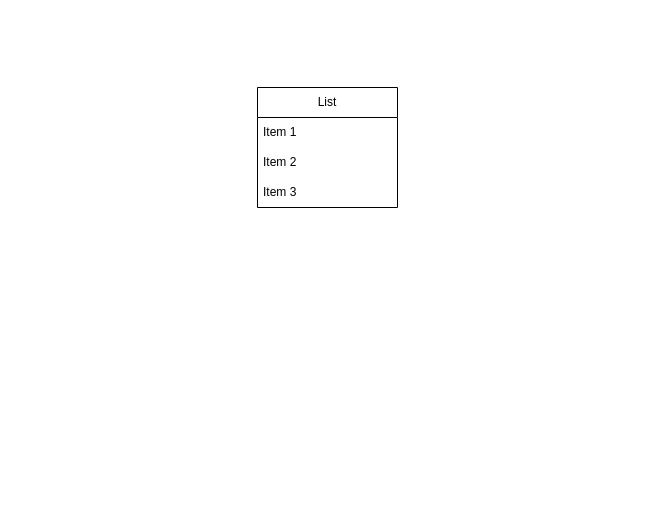
Earlier version of the draw.io diagram database.drawio (Juanmanu12/Prueba-tecnica-NoCountry). Source tidied: cells renumbered, new cells numbered last; positions are measured from the earlier drawing's top-left corner, leaving out a move shared by most shapes. Both pictures are drawn from the tidied source at 100%, with x=0, y=0 at pixel (257, 87).
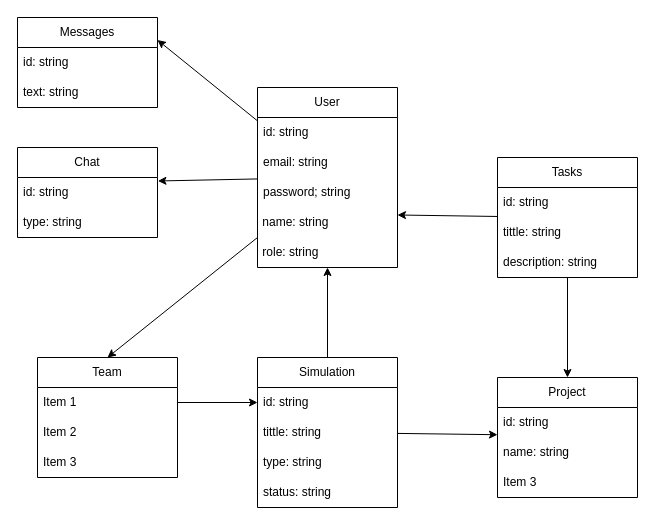
The same page after the edit.

What changed in the source:
```diff
@@
+    <mxCell id="6" style="edgeStyle=none;html=1;entryX=1;entryY=0.25;entryDx=0;entryDy=0;" parent="1" edge="1" source="2" target="12">
+      <mxGeometry relative="1" as="geometry" />
+    </mxCell>
-    <mxCell id="2" value="List" style="swimlane;fontStyle=0;horizontal=1;startSize=30;whiteSpace=wrap;html=1;" parent="1" vertex="1">
-      <mxGeometry width="140" height="120" as="geometry" />
+    <mxCell id="2" value="User" style="swimlane;fontStyle=0;horizontal=1;startSize=30;whiteSpace=wrap;html=1;" parent="1" vertex="1">
+      <mxGeometry width="140" height="180" as="geometry" />
     </mxCell>
-    <mxCell id="3" value="Item 1" style="text;strokeColor=none;fillColor=none;align=left;verticalAlign=middle;spacingLeft=4;spacingRight=4;overflow=hidden;whiteSpace=wrap;html=1;" parent="2" vertex="1">
+    <mxCell id="3" value="id: string" style="text;strokeColor=none;fillColor=none;align=left;verticalAlign=middle;spacingLeft=4;spacingRight=4;overflow=hidden;whiteSpace=wrap;html=1;" parent="2" vertex="1">
       <mxGeometry y="30" width="140" height="30" as="geometry" />
     </mxCell>
-    <mxCell id="4" value="Item 2" style="text;strokeColor=none;fillColor=none;align=left;verticalAlign=middle;spacingLeft=4;spacingRight=4;overflow=hidden;whiteSpace=wrap;html=1;" parent="2" vertex="1">
+    <mxCell id="4" value="email: string" style="text;strokeColor=none;fillColor=none;align=left;verticalAlign=middle;spacingLeft=4;spacingRight=4;overflow=hidden;whiteSpace=wrap;html=1;" parent="2" vertex="1">
       <mxGeometry y="60" width="140" height="30" as="geometry" />
     </mxCell>
-    <mxCell id="5" value="Item 3" style="text;strokeColor=none;fillColor=none;align=left;verticalAlign=middle;spacingLeft=4;spacingRight=4;overflow=hidden;whiteSpace=wrap;html=1;" parent="2" vertex="1">
+    <mxCell id="5" value="password; string" style="text;strokeColor=none;fillColor=none;align=left;verticalAlign=middle;spacingLeft=4;spacingRight=4;overflow=hidden;whiteSpace=wrap;html=1;" parent="2" vertex="1">
       <mxGeometry y="90" width="140" height="30" as="geometry" />
     </mxCell>
+    <mxCell id="7" value="&lt;div style=&quot;text-align: justify;&quot;&gt;&lt;span style=&quot;background-color: transparent;&quot;&gt;&amp;nbsp;name: string&lt;/span&gt;&lt;/div&gt;" style="text;html=1;align=left;verticalAlign=middle;whiteSpace=wrap;rounded=0;" parent="2" vertex="1">
+      <mxGeometry y="120" width="140" height="30" as="geometry" />
+    </mxCell>
+    <mxCell id="8" value="&amp;nbsp;role: string" style="text;html=1;align=left;verticalAlign=middle;whiteSpace=wrap;rounded=0;" parent="2" vertex="1">
+      <mxGeometry y="150" width="140" height="30" as="geometry" />
+    </mxCell>
+    <mxCell id="9" value="Chat" style="swimlane;fontStyle=0;horizontal=1;startSize=30;whiteSpace=wrap;html=1;" parent="1" vertex="1">
+      <mxGeometry x="-240" y="60" width="140" height="90" as="geometry" />
+    </mxCell>
+    <mxCell id="10" value="id: string" style="text;strokeColor=none;fillColor=none;align=left;verticalAlign=middle;spacingLeft=4;spacingRight=4;overflow=hidden;whiteSpace=wrap;html=1;" parent="9" vertex="1">
+      <mxGeometry y="30" width="140" height="30" as="geometry" />
+    </mxCell>
+    <mxCell id="11" value="type: string" style="text;strokeColor=none;fillColor=none;align=left;verticalAlign=middle;spacingLeft=4;spacingRight=4;overflow=hidden;whiteSpace=wrap;html=1;" parent="9" vertex="1">
+      <mxGeometry y="60" width="140" height="30" as="geometry" />
+    </mxCell>
+    <mxCell id="12" value="Messages" style="swimlane;fontStyle=0;horizontal=1;startSize=30;whiteSpace=wrap;html=1;" parent="1" vertex="1">
+      <mxGeometry x="-240" y="-70" width="140" height="90" as="geometry" />
+    </mxCell>
+    <mxCell id="13" value="id: string" style="text;strokeColor=none;fillColor=none;align=left;verticalAlign=middle;spacingLeft=4;spacingRight=4;overflow=hidden;whiteSpace=wrap;html=1;" parent="12" vertex="1">
+      <mxGeometry y="30" width="140" height="30" as="geometry" />
+    </mxCell>
+    <mxCell id="14" value="text: string" style="text;strokeColor=none;fillColor=none;align=left;verticalAlign=middle;spacingLeft=4;spacingRight=4;overflow=hidden;whiteSpace=wrap;html=1;" parent="12" vertex="1">
+      <mxGeometry y="60" width="140" height="30" as="geometry" />
+    </mxCell>
+    <mxCell id="15" value="Project" style="swimlane;fontStyle=0;horizontal=1;startSize=30;whiteSpace=wrap;html=1;" parent="1" vertex="1">
+      <mxGeometry x="240" y="290" width="140" height="120" as="geometry" />
+    </mxCell>
+    <mxCell id="16" value="id: string" style="text;strokeColor=none;fillColor=none;align=left;verticalAlign=middle;spacingLeft=4;spacingRight=4;overflow=hidden;points=[[0,0.5],[1,0.5]];portConstraint=eastwest;whiteSpace=wrap;html=1;" parent="15" vertex="1">
+      <mxGeometry y="30" width="140" height="30" as="geometry" />
+    </mxCell>
+    <mxCell id="17" value="name: string" style="text;strokeColor=none;fillColor=none;align=left;verticalAlign=middle;spacingLeft=4;spacingRight=4;overflow=hidden;whiteSpace=wrap;html=1;" parent="15" vertex="1">
+      <mxGeometry y="60" width="140" height="30" as="geometry" />
+    </mxCell>
+    <mxCell id="18" value="Item 3" style="text;strokeColor=none;fillColor=none;align=left;verticalAlign=middle;spacingLeft=4;spacingRight=4;overflow=hidden;whiteSpace=wrap;html=1;" parent="15" vertex="1">
+      <mxGeometry y="90" width="140" height="30" as="geometry" />
+    </mxCell>
+    <mxCell id="19" style="edgeStyle=none;html=1;entryX=0.5;entryY=1;entryDx=0;entryDy=0;" parent="1" edge="1" source="20" target="8">
+      <mxGeometry relative="1" as="geometry" />
+    </mxCell>
+    <mxCell id="20" value="Simulation" style="swimlane;fontStyle=0;horizontal=1;startSize=30;whiteSpace=wrap;html=1;" parent="1" vertex="1">
+      <mxGeometry y="270" width="140" height="150" as="geometry" />
+    </mxCell>
+    <mxCell id="21" value="id: string" style="text;strokeColor=none;fillColor=none;align=left;verticalAlign=middle;spacingLeft=4;spacingRight=4;overflow=hidden;points=[[0,0.5],[1,0.5]];portConstraint=eastwest;whiteSpace=wrap;html=1;" parent="20" vertex="1">
+      <mxGeometry y="30" width="140" height="30" as="geometry" />
+    </mxCell>
+    <mxCell id="22" value="tittle: string" style="text;strokeColor=none;fillColor=none;align=left;verticalAlign=middle;spacingLeft=4;spacingRight=4;overflow=hidden;whiteSpace=wrap;html=1;" parent="20" vertex="1">
+      <mxGeometry y="60" width="140" height="30" as="geometry" />
+    </mxCell>
+    <mxCell id="23" value="type: string" style="text;strokeColor=none;fillColor=none;align=left;verticalAlign=middle;spacingLeft=4;spacingRight=4;overflow=hidden;whiteSpace=wrap;html=1;" parent="20" vertex="1">
+      <mxGeometry y="90" width="140" height="30" as="geometry" />
+    </mxCell>
+    <mxCell id="24" value="status: string" style="text;strokeColor=none;fillColor=none;align=left;verticalAlign=middle;spacingLeft=4;spacingRight=4;overflow=hidden;whiteSpace=wrap;html=1;" parent="20" vertex="1">
+      <mxGeometry y="120" width="140" height="30" as="geometry" />
+    </mxCell>
+    <mxCell id="25" style="edgeStyle=none;html=1;entryX=1;entryY=0.25;entryDx=0;entryDy=0;" parent="1" edge="1" source="27" target="7">
+      <mxGeometry relative="1" as="geometry" />
+    </mxCell>
+    <mxCell id="26" style="edgeStyle=none;html=1;entryX=0.5;entryY=0;entryDx=0;entryDy=0;" parent="1" edge="1" source="27" target="15">
+      <mxGeometry relative="1" as="geometry" />
+    </mxCell>
+    <mxCell id="27" value="Tasks" style="swimlane;fontStyle=0;horizontal=1;startSize=30;whiteSpace=wrap;html=1;" parent="1" vertex="1">
+      <mxGeometry x="240" y="70" width="140" height="120" as="geometry" />
+    </mxCell>
+    <mxCell id="28" value="id: string" style="text;strokeColor=none;fillColor=none;align=left;verticalAlign=middle;spacingLeft=4;spacingRight=4;overflow=hidden;whiteSpace=wrap;html=1;" parent="27" vertex="1">
+      <mxGeometry y="30" width="140" height="30" as="geometry" />
+    </mxCell>
+    <mxCell id="29" value="tittle: string" style="text;strokeColor=none;fillColor=none;align=left;verticalAlign=middle;spacingLeft=4;spacingRight=4;overflow=hidden;whiteSpace=wrap;html=1;" parent="27" vertex="1">
+      <mxGeometry y="60" width="140" height="30" as="geometry" />
+    </mxCell>
+    <mxCell id="30" value="description: string" style="text;strokeColor=none;fillColor=none;align=left;verticalAlign=middle;spacingLeft=4;spacingRight=4;overflow=hidden;whiteSpace=wrap;html=1;" parent="27" vertex="1">
+      <mxGeometry y="90" width="140" height="30" as="geometry" />
+    </mxCell>
+    <mxCell id="31" style="edgeStyle=none;html=1;entryX=1.003;entryY=0.372;entryDx=0;entryDy=0;entryPerimeter=0;" parent="1" edge="1" source="2" target="9">
+      <mxGeometry relative="1" as="geometry" />
+    </mxCell>
+    <mxCell id="32" style="edgeStyle=none;html=1;entryX=0;entryY=0.907;entryDx=0;entryDy=0;entryPerimeter=0;" parent="1" edge="1" source="20" target="16">
+      <mxGeometry relative="1" as="geometry" />
+    </mxCell>
+    <mxCell id="33" value="Team" style="swimlane;fontStyle=0;horizontal=1;startSize=30;whiteSpace=wrap;html=1;" parent="1" vertex="1">
+      <mxGeometry x="-220" y="270" width="140" height="120" as="geometry" />
+    </mxCell>
+    <mxCell id="34" value="Item 1" style="text;strokeColor=none;fillColor=none;align=left;verticalAlign=middle;spacingLeft=4;spacingRight=4;overflow=hidden;points=[[0,0.5],[1,0.5]];portConstraint=eastwest;whiteSpace=wrap;html=1;" parent="33" vertex="1">
+      <mxGeometry y="30" width="140" height="30" as="geometry" />
+    </mxCell>
+    <mxCell id="35" value="Item 2" style="text;strokeColor=none;fillColor=none;align=left;verticalAlign=middle;spacingLeft=4;spacingRight=4;overflow=hidden;whiteSpace=wrap;html=1;" parent="33" vertex="1">
+      <mxGeometry y="60" width="140" height="30" as="geometry" />
+    </mxCell>
+    <mxCell id="36" value="Item 3" style="text;strokeColor=none;fillColor=none;align=left;verticalAlign=middle;spacingLeft=4;spacingRight=4;overflow=hidden;whiteSpace=wrap;html=1;" parent="33" vertex="1">
+      <mxGeometry y="90" width="140" height="30" as="geometry" />
+    </mxCell>
+    <mxCell id="37" style="edgeStyle=none;html=1;exitX=0;exitY=0;exitDx=0;exitDy=0;entryX=0.5;entryY=0;entryDx=0;entryDy=0;" parent="1" edge="1" source="8" target="33">
+      <mxGeometry relative="1" as="geometry" />
+    </mxCell>
+    <mxCell id="38" style="edgeStyle=none;html=1;" parent="1" edge="1" source="34" target="21">
+      <mxGeometry relative="1" as="geometry" />
+    </mxCell>
```
